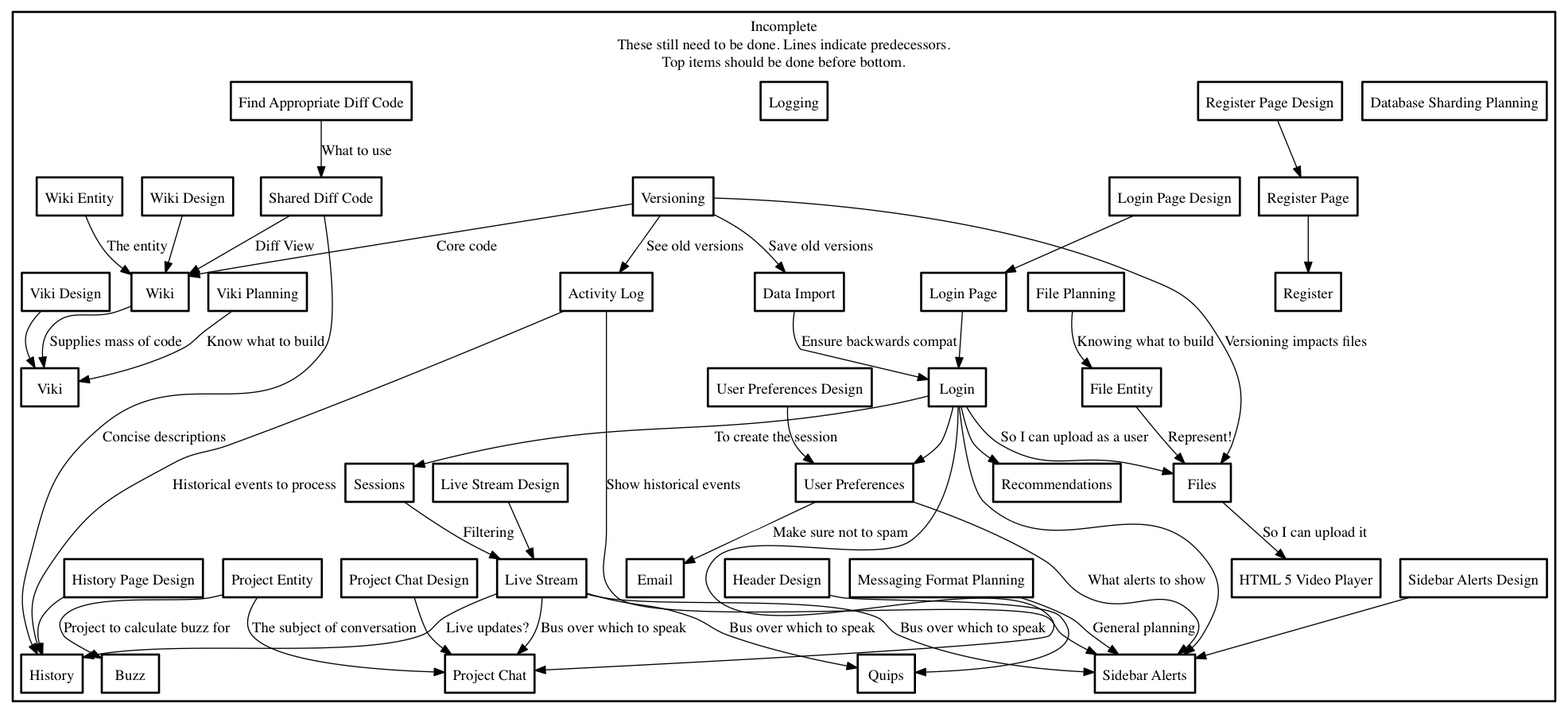
Earlier version of the Graphviz export needed.png (negativeview/Velour-1.5). Its source is kept beside it as needed.dot.
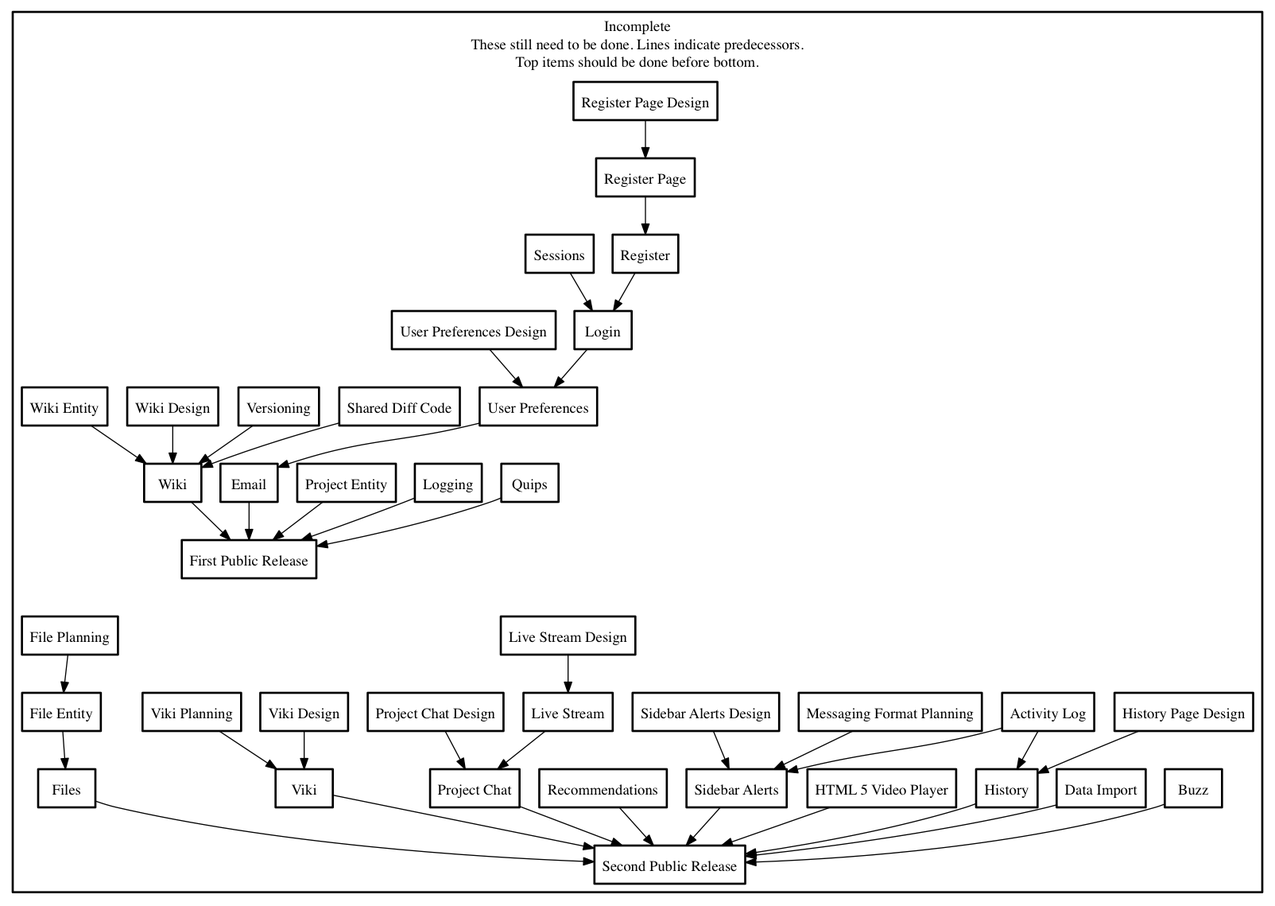
After the commit.

What changed in the source:
```diff
@@ -8,18 +8,18 @@
         shape=box
         label="Incomplete\nThese still need to be done. Lines indicate predecessors.\nTop items should be done before bottom."
 
+        release_a [ label = "First Public Release" ];
+        release_b [ label = "Second Public Release" ];
+
         activity_log [ label="Activity Log" ];
         alert_format_planning [ label="Messaging Format Planning" ];
         buzz [ label="Buzz" ];
         data_import [ label="Data Import" ];
-        database_sharding [ label="Database Sharding Planning" ];
         diff_code [ label="Shared Diff Code"];
-        diff_search [ label="Find Appropriate Diff Code"];
         email [ label="Email" ];
         file_entity [ label="File Entity" ];
         file_planning [ label="File Planning" ];
         files [ label="Files" ];
-        header_design [ label = "Header Design" ];
         header_sayings [ label="Quips" ];
         history_design [ label = "History Page Design" ];
         history_tool [ label="History" ];
@@ -27,8 +27,6 @@
         live_stream_design [ label = "Live Stream Design" ];
         live_stream [ label="Live Stream" ];
         logging [ label="Logging" ];
-        login_page_design [ label = "Login Page Design" ];
-        login_page [ label="Login Page" ];
         login [ label = "Login" ];
         project_chat_design [ label = "Project Chat Design" ];
         project_chat [ label="Project Chat" ];
@@ -51,48 +49,46 @@
         wiki_entity [ label="Wiki Entity" ];
     }
 
-    activity_log->history_tool [ label = "Historical events to process" ];
-    activity_log->sidebar_alerts [ label = "Show historical events" ];
-    alert_format_planning->sidebar_alerts [ label = "General planning" ];
-    data_import->login [ label = "Ensure backwards compat" ];
-    diff_code->history_tool [ label = "Concise descriptions"];
-    diff_code->wiki [ label = "Diff View" ];
-    diff_search->diff_code [ label = "What to use"];
-    file_entity->files [ label="Represent!" ];
-    file_planning->file_entity [ label="Knowing what to build" ];
-    files->html5_video [ label="So I can upload it" ];
-    header_design->header_sayings;
+    email->release_a;
+    header_sayings->release_a;
+    logging->release_a;
+    project_entity->release_a;
+    wiki->release_a;
+
+    buzz->release_b;
+    data_import->release_b;
+    files->release_b;
+    history_tool->release_b;
+    html5_video->release_b;
+    project_chat->release_b;
+    recommendations->release_b;
+    sidebar_alerts->release_b;
+    viki->release_b;
+
+    release_a->file_planning [ style = invis ];
+    release_a->release_b [ style = invis ];
+
+    activity_log->history_tool;
+    activity_log->sidebar_alerts;
+    alert_format_planning->sidebar_alerts;
+    diff_code->wiki;
+    file_entity->files;
+    file_planning->file_entity;
     history_design->history_tool;
     live_stream_design->live_stream;
-    live_stream->header_sayings [ label = "Bus over which to speak" ];
-    live_stream->history_tool [ label = "Live updates?" ];
-    live_stream->project_chat [ label = "Bus over which to speak" ];
-    live_stream->sidebar_alerts [ label = "Bus over which to speak" ];
-    login_page_design->login_page;
-    login_page->login;
-    login->project_chat;
-    login->recommendations;
-    login->sidebar_alerts;
+    live_stream->project_chat;
     login->user_preferences;
-    login->sessions [ label = "To create the session" ];
-    login->files [ label="So I can upload as a user" ];
     project_chat_design->project_chat;
-    project_entity->buzz [ label = "Project to calculate buzz for" ];
-    project_entity->project_chat [ label = "The subject of conversation" ];
     register_page_design->register_page;
     register_page->register;
-    sessions->live_stream [ label = "Filtering" ];
+    register->login;
+    sessions->login;
     sidebar_alerts_design->sidebar_alerts;
     user_preferences_design->user_preferences;
-    user_preferences->email [ label="Make sure not to spam" ];
-    user_preferences->sidebar_alerts [ label = "What alerts to show" ];
-    versioning->activity_log [ label = "See old versions" ];
-    versioning->data_import [ label = "Save old versions" ];
-    versioning->files [ label = "Versioning impacts files" ];
-    versioning->wiki [ label = "Core code" ];
+    user_preferences->email;
+    versioning->wiki;
     viki_design->viki;
-    viki_planning->viki [ label = "Know what to build" ];
+    viki_planning->viki;
     wiki_design->wiki;
-    wiki_entity->wiki [ label = "The entity" ];
-    wiki->viki [ label = "Supplies mass of code" ];
+    wiki_entity->wiki;
 }
```
